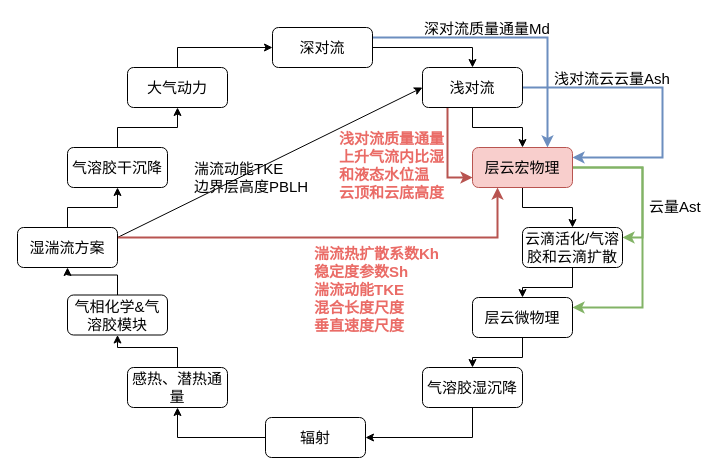
Earlier version of the draw.io diagram CAM5-schematic.drawio (qinyia/drawio.output). Source tidied: cells renumbered, new cells numbered last; positions are measured from the earlier drawing's top-left corner, leaving out a move shared by most shapes. Both pictures are drawn from the tidied source at 100%, with x=0, y=0 at pixel (17, 17).
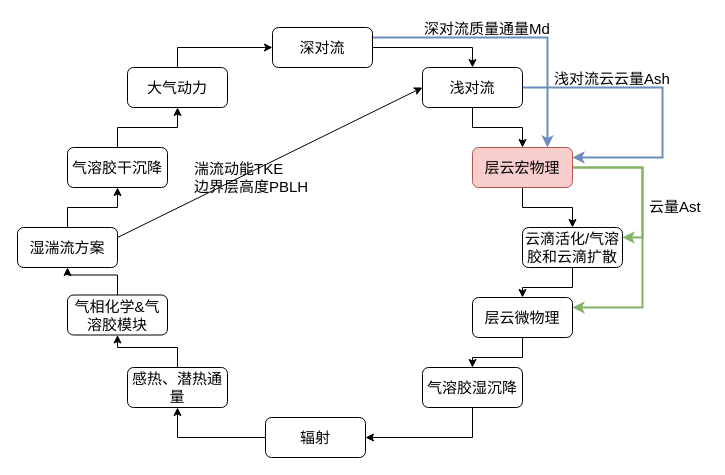
Above is the later version.

The change refers to these unchanged cells:
```xml
<mxCell id="8" value="浅对流" style="rounded=1;whiteSpace=wrap;html=1;fontSize=15;" parent="1" vertex="1">
  <mxGeometry x="405" y="50" width="100" height="40" as="geometry" />
</mxCell>
<mxCell id="12" value="层云宏物理" style="rounded=1;whiteSpace=wrap;html=1;fillColor=#f8cecc;strokeColor=#b85450;fontSize=15;" parent="1" vertex="1">
  <mxGeometry x="455" y="130" width="100" height="40" as="geometry" />
</mxCell>
<mxCell id="28" value="湿湍流方案" style="rounded=1;whiteSpace=wrap;html=1;fontSize=15;" parent="1" vertex="1">
  <mxGeometry y="210" width="100" height="40" as="geometry" />
</mxCell>
```

Change to the diagram source:
```diff
@@
-    <mxCell id="7" style="edgeStyle=orthogonalEdgeStyle;rounded=0;jettySize=auto;html=1;exitX=0.25;exitY=1;exitDx=0;exitDy=0;entryX=0;entryY=0.75;entryDx=0;entryDy=0;strokeWidth=2;fillColor=#f8cecc;strokeColor=#b85450;fontSize=15;" parent="1" edge="1" source="8" target="12">
-      <mxGeometry relative="1" as="geometry" />
-    </mxCell>
@@
-    <mxCell id="27" style="edgeStyle=orthogonalEdgeStyle;rounded=0;jettySize=auto;html=1;exitX=1;exitY=0.25;exitDx=0;exitDy=0;entryX=0.25;entryY=1;entryDx=0;entryDy=0;strokeWidth=2;fillColor=#f8cecc;strokeColor=#b85450;fontSize=15;" parent="1" edge="1" source="28" target="12">
-      <mxGeometry relative="1" as="geometry" />
-    </mxCell>
@@
-    <mxCell id="37" value="&lt;font color=&quot;#ea6b66&quot; style=&quot;font-size: 15px;&quot;&gt;&lt;b style=&quot;font-size: 15px;&quot;&gt;湍流热扩散系数Kh&lt;br style=&quot;font-size: 15px;&quot;&gt;稳定度参数Sh&lt;br style=&quot;font-size: 15px;&quot;&gt;湍流动能TKE&lt;br style=&quot;font-size: 15px;&quot;&gt;混合长度尺度&lt;br style=&quot;font-size: 15px;&quot;&gt;垂直速度尺度&lt;/b&gt;&lt;/font&gt;&lt;br style=&quot;font-size: 15px;&quot;&gt;" style="text;html=1;align=left;verticalAlign=top;spacingTop=-4;fontSize=15;" parent="1" vertex="1">
-      <mxGeometry x="295" y="225" width="120" height="70" as="geometry" />
-    </mxCell>
-    <mxCell id="38" value="&lt;b style=&quot;font-size: 15px;&quot;&gt;&lt;font color=&quot;#ea6b66&quot; style=&quot;font-size: 15px;&quot;&gt;浅对流质量通量&lt;br style=&quot;font-size: 15px;&quot;&gt;上升气流内比湿&lt;br style=&quot;font-size: 15px;&quot;&gt;和液态水位温&lt;br style=&quot;font-size: 15px;&quot;&gt;云顶和云底高度&lt;/font&gt;&lt;/b&gt;&lt;br style=&quot;font-size: 15px;&quot;&gt;" style="text;html=1;align=left;verticalAlign=top;spacingTop=-4;fontSize=15;" parent="1" vertex="1">
-      <mxGeometry x="320" y="110" width="100" height="60" as="geometry" />
-    </mxCell>
```
